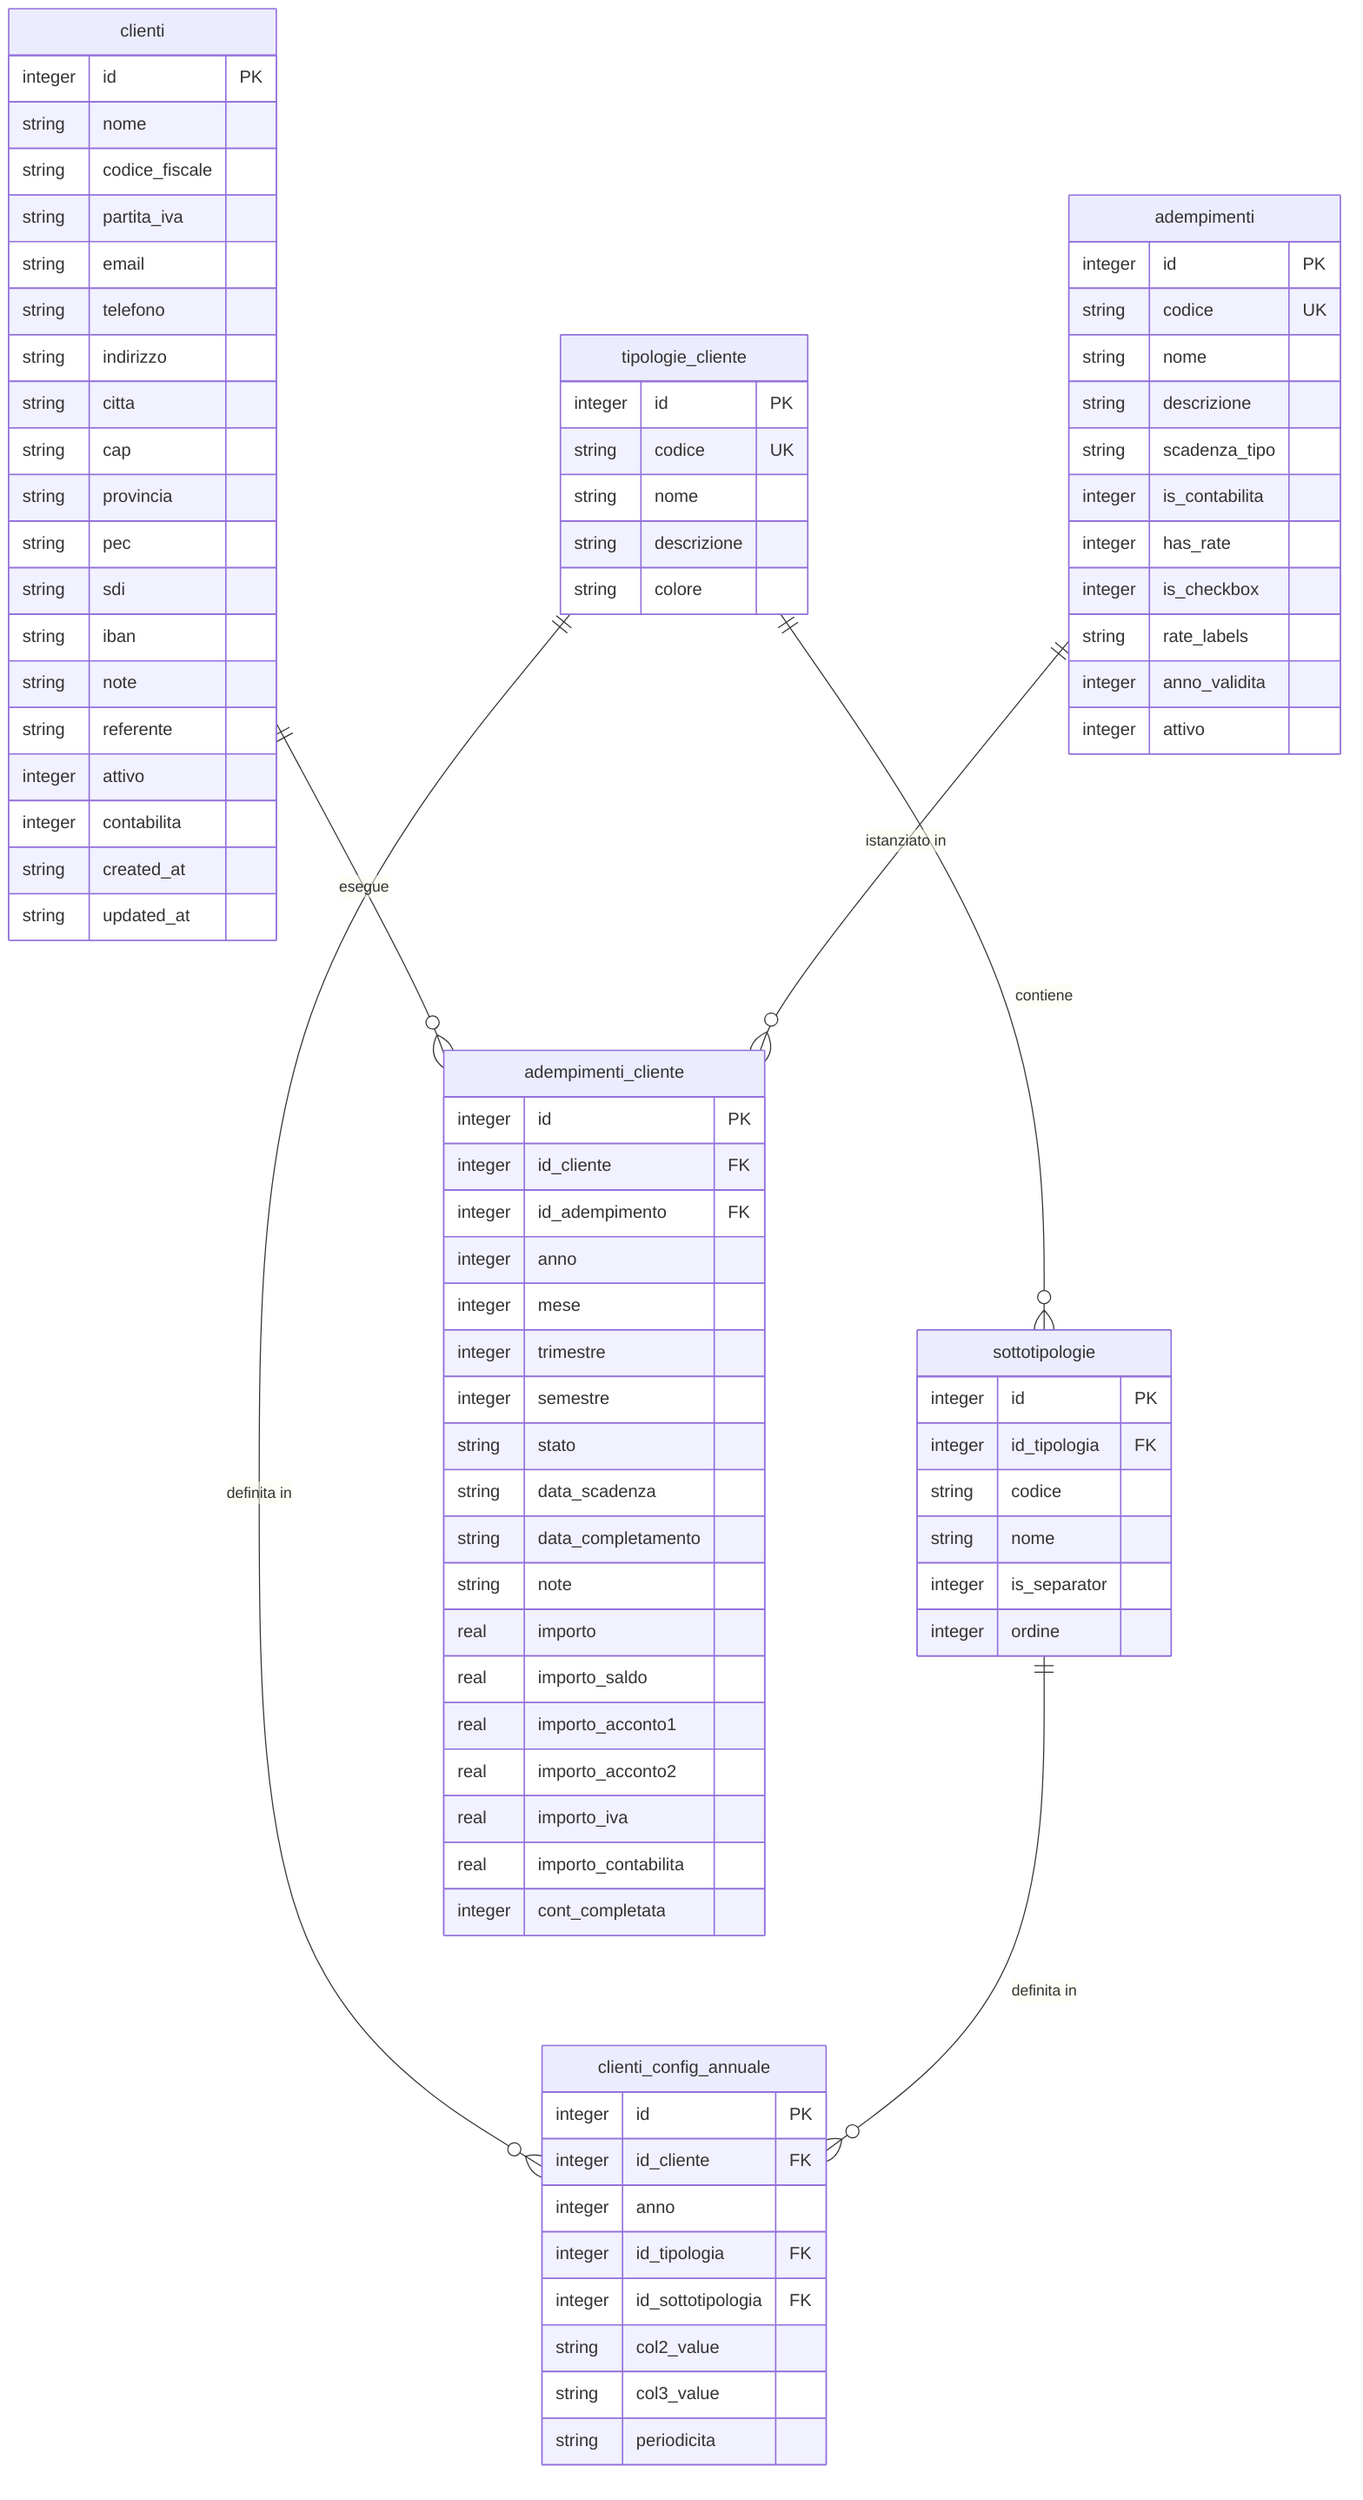
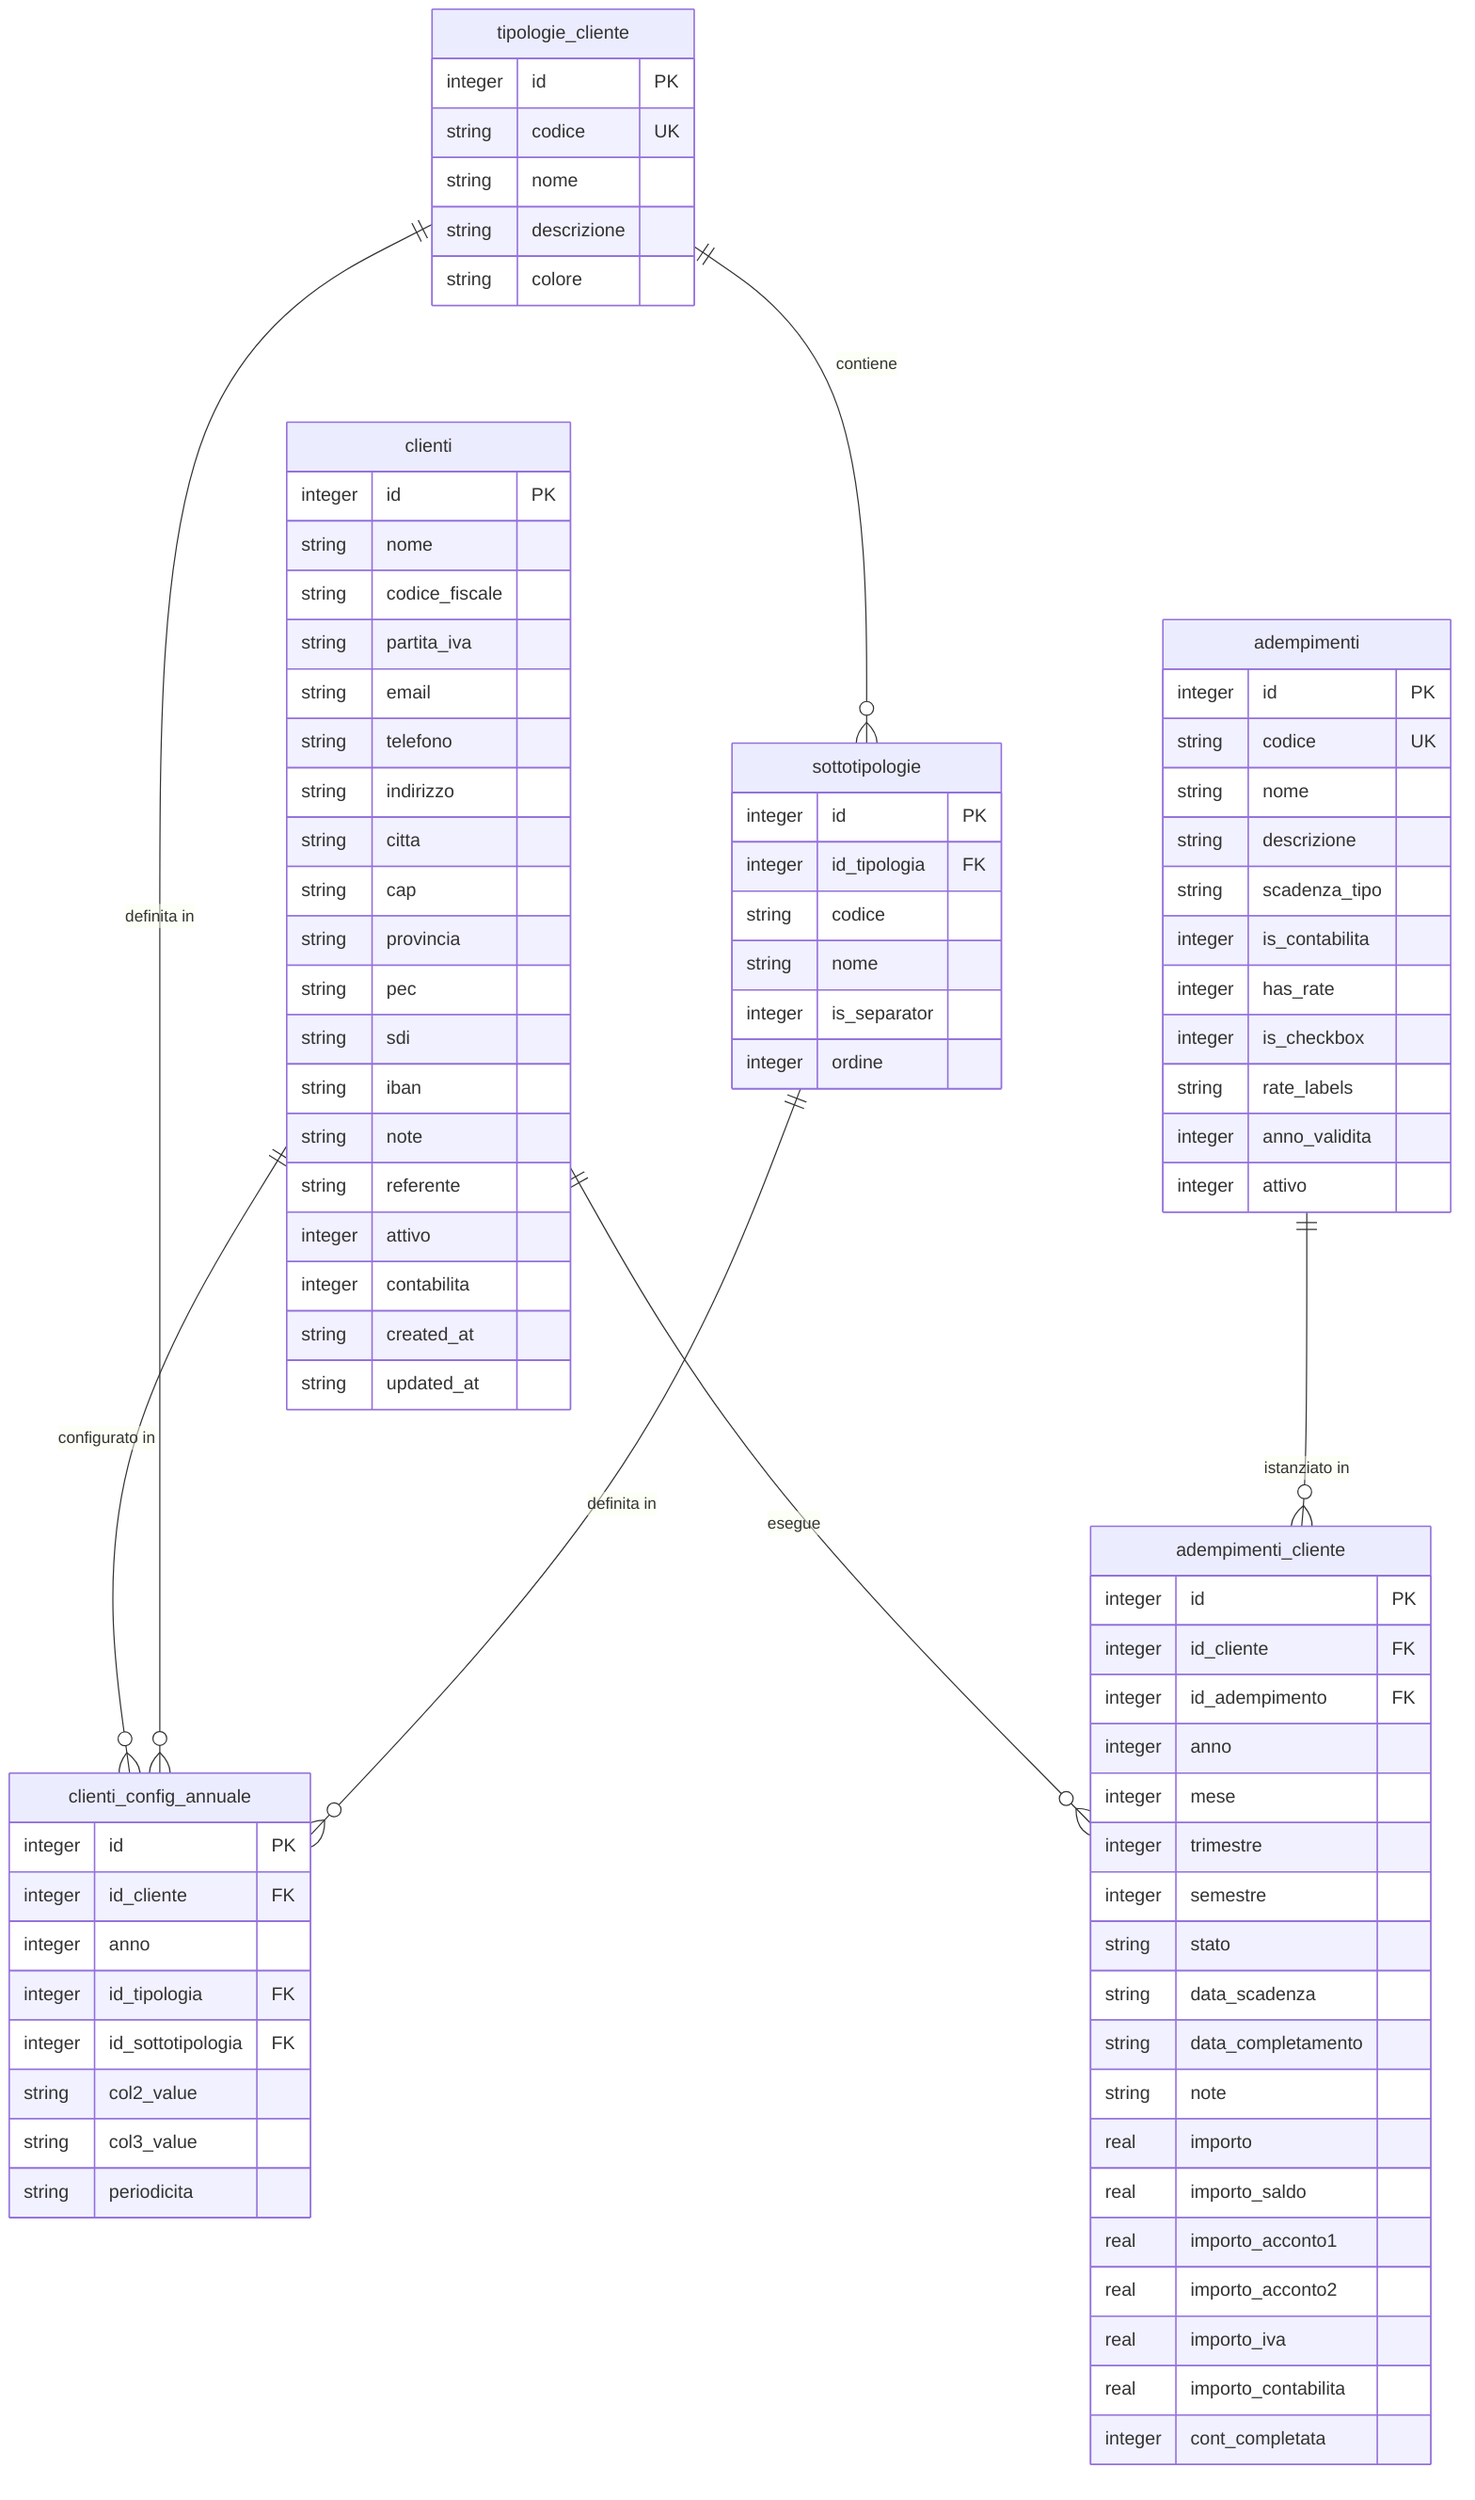
erDiagram
    clienti {
        integer id PK
        string nome
        string codice_fiscale
        string partita_iva
        string email
        string telefono
        string indirizzo
        string citta
        string cap
        string provincia
        string pec
        string sdi
        string iban
        string note
        string referente
        integer attivo
        integer contabilita
        string created_at
        string updated_at
    }

    tipologie_cliente {
        integer id PK
        string codice UK
        string nome
        string descrizione
        string colore
    }

    sottotipologie {
        integer id PK
        integer id_tipologia FK
        string codice
        string nome
        integer is_separator
        integer ordine
    }

    clienti_config_annuale {
        integer id PK
        integer id_cliente FK
        integer anno
        integer id_tipologia FK
        integer id_sottotipologia FK
        string col2_value
        string col3_value
        string periodicita
    }

    adempimenti {
        integer id PK
        string codice UK
        string nome
        string descrizione
        string scadenza_tipo
        integer is_contabilita
        integer has_rate
        integer is_checkbox
        string rate_labels
        integer anno_validita
        integer attivo
    }

    adempimenti_cliente {
        integer id PK
        integer id_cliente FK
        integer id_adempimento FK
        integer anno
        integer mese
        integer trimestre
        integer semestre
        string stato
        string data_scadenza
        string data_completamento
        string note
        real importo
        real importo_saldo
        real importo_acconto1
        real importo_acconto2
        real importo_iva
        real importo_contabilita
        integer cont_completata
    }

    clienti ||--o{ adempimenti_cliente : "esegue"
+     clienti ||--o{ clienti_config_annuale : "configurato in"
    tipologie_cliente ||--o{ sottotipologie : "contiene"
    tipologie_cliente ||--o{ clienti_config_annuale : "definita in"
    sottotipologie ||--o{ clienti_config_annuale : "definita in"
    adempimenti ||--o{ adempimenti_cliente : "istanziato in"